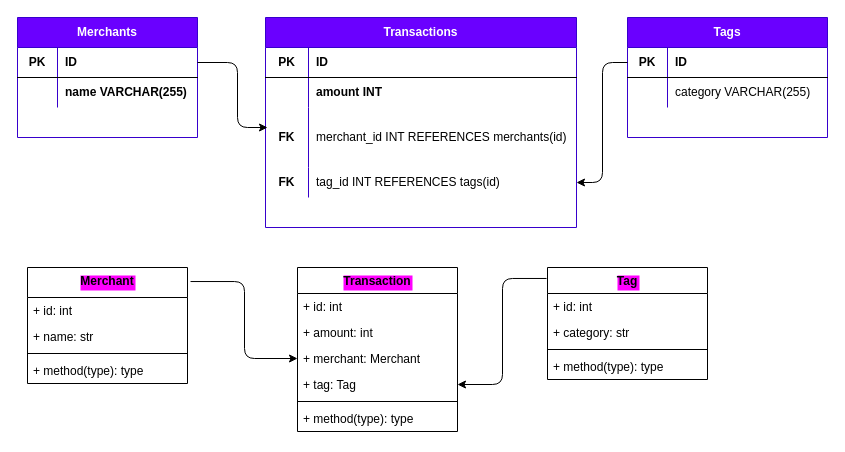
Earlier version of the draw.io diagram planning/planning.drawio (Astra-Gal/budgie_budget_python). Source tidied: cells renumbered, new cells numbered last; positions are measured from the earlier drawing's top-left corner, leaving out a move shared by most shapes. Both pictures are drawn from the tidied source at 100%, with x=0, y=0 at pixel (17, 17).
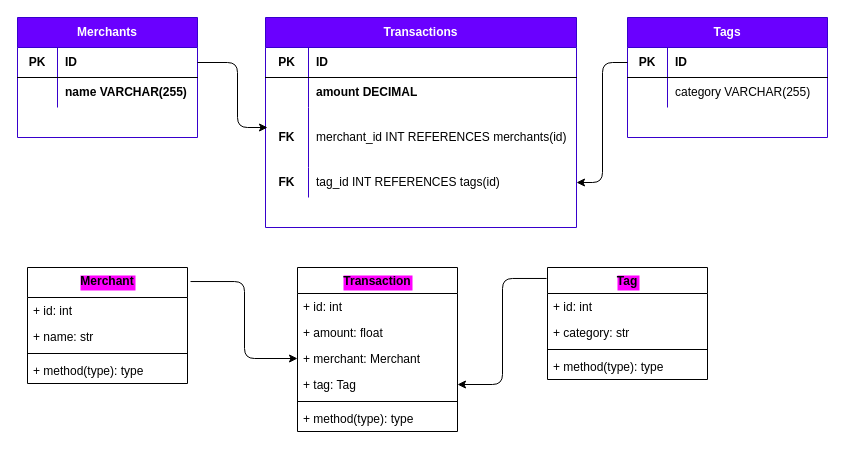
The same page after the edit.

Unchanged cells that the change refers to:
```xml
<mxCell id="13" style="shape=partialRectangle;html=1;whiteSpace=wrap;fillColor=none;top=0;left=0;bottom=0;right=0;fontStyle=1;" parent="9" vertex="1">
  <mxGeometry y="60" width="311" height="30" as="geometry" />
</mxCell>
<mxCell id="36" value="Transaction" style="swimlane;fontStyle=1;align=center;verticalAlign=top;horizontal=1;startSize=26;labelBackgroundColor=#FF00FF;" parent="1" vertex="1">
  <mxGeometry x="280" y="250" width="160" height="164" as="geometry" />
</mxCell>
```

What changed in the source:
```diff
@@
-    <mxCell id="15" value="amount INT" style="shape=partialRectangle;html=1;whiteSpace=wrap;fillColor=none;top=0;left=0;bottom=0;right=0;align=left;spacingLeft=6;overflow=hidden;fontStyle=1;" parent="13" vertex="1">
+    <mxCell id="15" value="amount DECIMAL" style="shape=partialRectangle;html=1;whiteSpace=wrap;fillColor=none;top=0;left=0;bottom=0;right=0;align=left;spacingLeft=6;overflow=hidden;fontStyle=1;" parent="13" vertex="1">
       <mxGeometry x="43" width="268" height="30" as="geometry" />
     </mxCell>
@@
-    <mxCell id="38" value="+ amount: int" style="text;strokeColor=none;fillColor=none;align=left;verticalAlign=top;spacingLeft=4;spacingRight=4;overflow=hidden;" parent="36" vertex="1">
+    <mxCell id="38" value="+ amount: float" style="text;strokeColor=none;fillColor=none;align=left;verticalAlign=top;spacingLeft=4;spacingRight=4;overflow=hidden;" parent="36" vertex="1">
       <mxGeometry y="52" width="160" height="26" as="geometry" />
     </mxCell>
```
